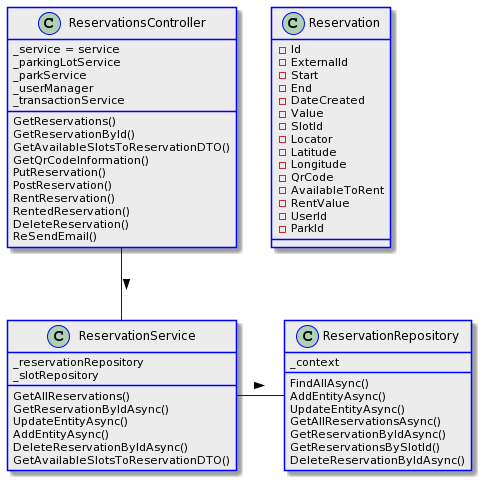
UPskillDOTNET/SapienSoft keeps this PlantUML diagram as Documentos/3_APICentral(iParkMedusa)/UC4/UC4DC.png. Above is the earlier version.
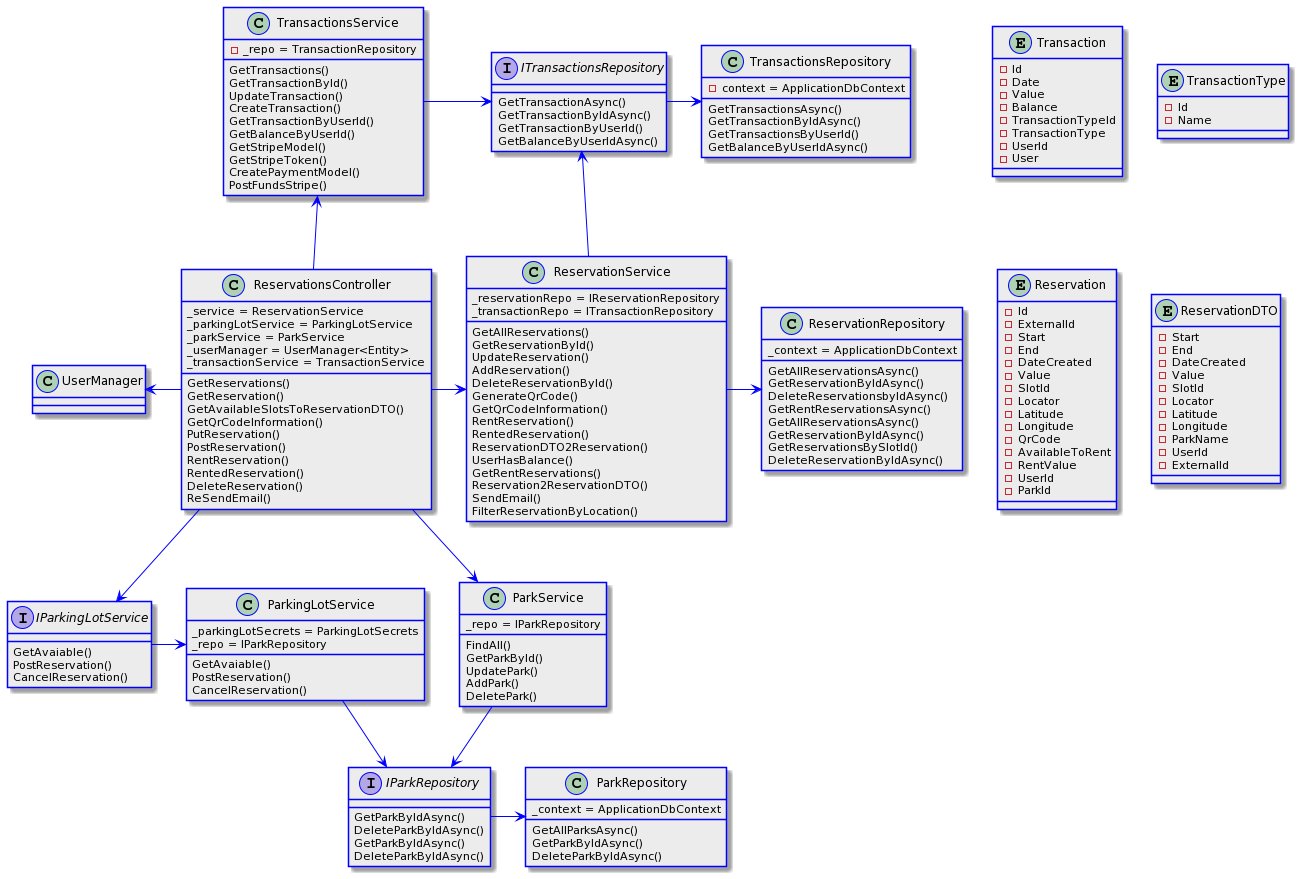
The same file after the commit.

Diff of the diagram source:
```diff
@@ -4,8 +4,60 @@
 ArrowColor Blue
 BorderColor Blue
 }
+Class TransactionsService{
+- _repo = TransactionRepository
+GetTransactions()
+GetTransactionById()
+UpdateTransaction()
+CreateTransaction()
+GetTransactionByUserId()
+GetBalanceByUserId()
+GetStripeModel()
+GetStripeToken()
+CreatePaymentModel()
+PostFundsStripe()
+}
+Interface ITransactionsRepository {
+GetTransactionAsync()
+GetTransactionByIdAsync()
+GetTransactionByUserId()
+GetBalanceByUserIdAsync()
+}
+class ParkService{
+_repo = IParkRepository
+FindAll()
+GetParkById()
+UpdatePark()
+AddPark()
+DeletePark()
+}
+Interface IParkRepository{
+GetParkByIdAsync()
+DeleteParkByIdAsync()
+}
+Class TransactionsRepository{
+- context = ApplicationDbContext
+GetTransactionsAsync()
+GetTransactionByIdAsync()
+GetTransactionsByUserId()
+GetBalanceByUserIdAsync()
+}
+ entity Transaction{
+- Id
+-Date
+-Value
+-Balance
+-TransactionTypeId
+-TransactionType
+-UserId
+-User
+}
 
-class Reservation{
+ entity TransactionType{
+-Id
+-Name
+}
+Entity Reservation{
 - Id
 - ExternalId
 - Start
@@ -23,14 +75,59 @@
 - ParkId
 }
 
+class ParkingLotService{
+_parkingLotSecrets = ParkingLotSecrets
+_repo = IParkRepository
+GetAvaiable()
+PostReservation()
+CancelReservation()
+}
+Interface IParkingLotService{
+GetAvaiable()
+PostReservation()
+CancelReservation()
+}
+
+
+Interface IParkRepository{
+GetParkByIdAsync()
+DeleteParkByIdAsync()
+}
+
+Class ParkRepository{
+_context = ApplicationDbContext
+GetAllParksAsync()
+GetParkByIdAsync()
+DeleteParkByIdAsync()
+}
+
+
+Class UserManager{}
+
+
+
+Entity ReservationDTO{
+- Start
+- End
+- DateCreated
+- Value
+- SlotId
+- Locator
+- Latitude
+- Longitude
+- ParkName
+- UserId
+- ExternalId
+}
+
 class ReservationsController{
-_service = service
-_parkingLotService
-_parkService
-_userManager
-_transactionService
+_service = ReservationService
+_parkingLotService = ParkingLotService
+_parkService = ParkService
+_userManager = UserManager<Entity>
+_transactionService = TransactionService
 GetReservations()
-GetReservationById()
+GetReservation()
 GetAvailableSlotsToReservationDTO()
 GetQrCodeInformation()
 PutReservation()
@@ -42,21 +139,34 @@
 }
 
 class ReservationService {
-_reservationRepository
-_slotRepository
+_reservationRepo = IReservationRepository
+_transactionRepo = ITransactionRepository
 GetAllReservations()
+GetReservationById()
+UpdateReservation()
+AddReservation()
+DeleteReservationById()
+GenerateQrCode()
+GetQrCodeInformation()
+RentReservation()
+RentedReservation()
+ReservationDTO2Reservation()
+UserHasBalance()
+GetRentReservations()
+Reservation2ReservationDTO()
+SendEmail()
+FilterReservationByLocation()
+}
+
+Interface ReservationRepository{
+GetAllReservationsAsync()
 GetReservationByIdAsync()
-UpdateEntityAsync()
-AddEntityAsync()
-DeleteReservationByIdAsync()
-GetAvailableSlotsToReservationDTO()
+DeleteReservationsbyIdAsync()
+GetRentReservationsAsync()
 }
 
 class ReservationRepository{
-_context
-FindAllAsync()
-AddEntityAsync()
-UpdateEntityAsync()
+_context = ApplicationDbContext
 GetAllReservationsAsync()
 GetReservationByIdAsync()
 GetReservationsBySlotId()
@@ -64,6 +174,20 @@
 }
 
 
-ReservationsController -- ReservationService : >
-ReservationService -right- ReservationRepository : >
+ReservationsController -> ReservationService
+ReservationService -> ReservationRepository
+ReservationsController --> IParkingLotService
+IParkingLotService -> ParkingLotService
+ParkingLotService -->IParkRepository
+IParkRepository -> ParkRepository
+ReservationsController --> ParkService
+ParkService --> IParkRepository
+
+TransactionsService <-- ReservationsController
+
+TransactionsService -> ITransactionsRepository
+ITransactionsRepository -> TransactionsRepository
+
+UserManager <- ReservationsController
+ITransactionsRepository <-- ReservationService
 @enduml
```
